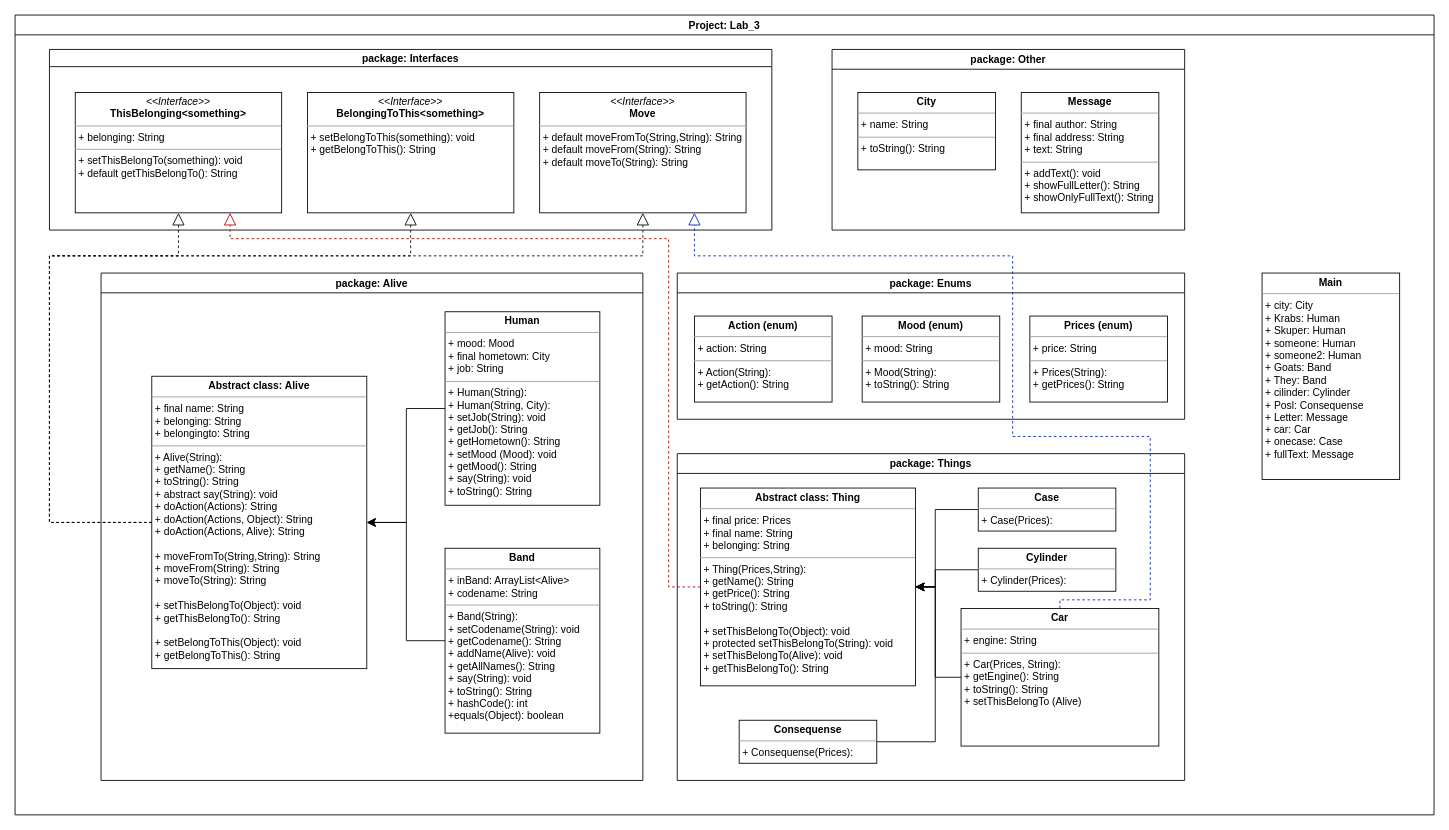
This is Lab_3_UML.drawio from Nechetka/Lab_3, a draw.io file, before an edit. Source tidied: cells renumbered, new cells numbered last; positions are measured from the earlier drawing's top-left corner, leaving out a move shared by most shapes. Both pictures are drawn from the tidied source at 86%, with x=0, y=0 at pixel (15, 15).
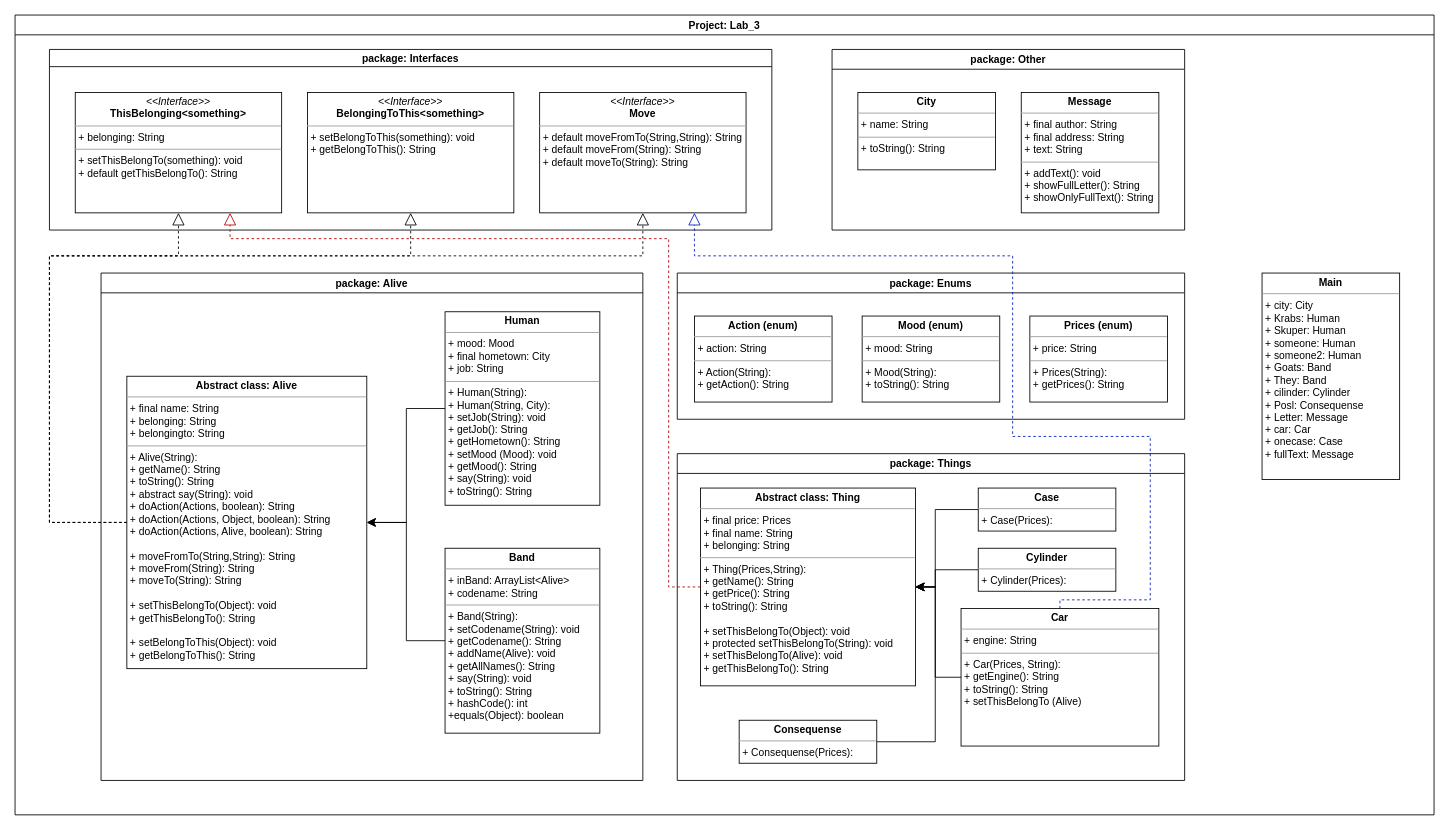
Above is the later version.

Unchanged cells that the change refers to:
```xml
<mxCell id="13" value="package: Alive" style="swimlane;" parent="1" vertex="1">
  <mxGeometry x="100" y="300" width="630" height="590" as="geometry" />
</mxCell>
```

What changed in the source:
```diff
@@
-    <mxCell id="14" value="&lt;p style=&quot;margin:0px;margin-top:4px;text-align:center;&quot;&gt;&lt;b&gt;Abstract class: Alive&lt;/b&gt;&lt;/p&gt;&lt;hr size=&quot;1&quot;&gt;&lt;p style=&quot;margin:0px;margin-left:4px;&quot;&gt;+ final name: String&lt;/p&gt;&lt;p style=&quot;margin:0px;margin-left:4px;&quot;&gt;+ belonging: String&lt;/p&gt;&lt;p style=&quot;margin:0px;margin-left:4px;&quot;&gt;+ belongingto: String&lt;/p&gt;&lt;hr size=&quot;1&quot;&gt;&lt;p style=&quot;margin:0px;margin-left:4px;&quot;&gt;+ Alive(String):&lt;/p&gt;&lt;p style=&quot;margin:0px;margin-left:4px;&quot;&gt;+ getName(): String&lt;/p&gt;&lt;p style=&quot;margin:0px;margin-left:4px;&quot;&gt;+ toString(): String&lt;/p&gt;&lt;p style=&quot;margin:0px;margin-left:4px;&quot;&gt;+ abstract say(String): void&lt;/p&gt;&lt;p style=&quot;margin:0px;margin-left:4px;&quot;&gt;+ doAction(Actions): String&lt;/p&gt;&lt;p style=&quot;margin:0px;margin-left:4px;&quot;&gt;+ doAction(Actions, Object): String&lt;br&gt;&lt;/p&gt;&lt;p style=&quot;margin:0px;margin-left:4px;&quot;&gt;+ doAction(Actions, Alive): String&lt;br&gt;&lt;/p&gt;&lt;p style=&quot;margin:0px;margin-left:4px;&quot;&gt;&lt;br&gt;&lt;/p&gt;&lt;p style=&quot;border-color: var(--border-color); margin: 0px 0px 0px 4px;&quot;&gt;+ moveFromTo(String,String): String&lt;/p&gt;&lt;p style=&quot;border-color: var(--border-color); margin: 0px 0px 0px 4px;&quot;&gt;+ moveFrom(String): String&lt;br style=&quot;border-color: var(--border-color);&quot;&gt;&lt;/p&gt;&lt;p style=&quot;border-color: var(--border-color); margin: 0px 0px 0px 4px;&quot;&gt;+ moveTo(String): String&lt;/p&gt;&lt;p style=&quot;border-color: var(--border-color); margin: 0px 0px 0px 4px;&quot;&gt;&lt;br&gt;&lt;/p&gt;&lt;p style=&quot;border-color: var(--border-color); margin: 0px 0px 0px 4px;&quot;&gt;+ setThisBelongTo(Object): void&lt;br style=&quot;border-color: var(--border-color);&quot;&gt;+ getThisBelongTo(): String&lt;br&gt;&lt;/p&gt;&lt;p style=&quot;border-color: var(--border-color); margin: 0px 0px 0px 4px;&quot;&gt;&lt;br&gt;&lt;/p&gt;&lt;p style=&quot;border-color: var(--border-color); margin: 0px 0px 0px 4px;&quot;&gt;+ setBelongToThis(Object): void&lt;br style=&quot;border-color: var(--border-color);&quot;&gt;+ getBelongToThis(): String&lt;br&gt;&lt;/p&gt;&lt;p style=&quot;border-color: var(--border-color); margin: 0px 0px 0px 4px;&quot;&gt;&lt;br&gt;&lt;/p&gt;&lt;p style=&quot;border-color: var(--border-color); margin: 0px 0px 0px 4px;&quot;&gt;&lt;br&gt;&lt;/p&gt;" style="verticalAlign=top;align=left;overflow=fill;fontSize=12;fontFamily=Helvetica;html=1;whiteSpace=wrap;" parent="13" vertex="1">
-      <mxGeometry x="59" y="120" width="250" height="340" as="geometry" />
+    <mxCell id="14" value="&lt;p style=&quot;margin:0px;margin-top:4px;text-align:center;&quot;&gt;&lt;b&gt;Abstract class: Alive&lt;/b&gt;&lt;/p&gt;&lt;hr size=&quot;1&quot;&gt;&lt;p style=&quot;margin:0px;margin-left:4px;&quot;&gt;+ final name: String&lt;/p&gt;&lt;p style=&quot;margin:0px;margin-left:4px;&quot;&gt;+ belonging: String&lt;/p&gt;&lt;p style=&quot;margin:0px;margin-left:4px;&quot;&gt;+ belongingto: String&lt;/p&gt;&lt;hr size=&quot;1&quot;&gt;&lt;p style=&quot;margin:0px;margin-left:4px;&quot;&gt;+ Alive(String):&lt;/p&gt;&lt;p style=&quot;margin:0px;margin-left:4px;&quot;&gt;+ getName(): String&lt;/p&gt;&lt;p style=&quot;margin:0px;margin-left:4px;&quot;&gt;+ toString(): String&lt;/p&gt;&lt;p style=&quot;margin:0px;margin-left:4px;&quot;&gt;+ abstract say(String): void&lt;/p&gt;&lt;p style=&quot;margin:0px;margin-left:4px;&quot;&gt;+ doAction(Actions, boolean): String&lt;/p&gt;&lt;p style=&quot;margin:0px;margin-left:4px;&quot;&gt;+ doAction(Actions, Object, boolean): String&lt;br&gt;&lt;/p&gt;&lt;p style=&quot;margin:0px;margin-left:4px;&quot;&gt;+ doAction(Actions, Alive, boolean): String&lt;br&gt;&lt;/p&gt;&lt;p style=&quot;margin:0px;margin-left:4px;&quot;&gt;&lt;br&gt;&lt;/p&gt;&lt;p style=&quot;border-color: var(--border-color); margin: 0px 0px 0px 4px;&quot;&gt;+ moveFromTo(String,String): String&lt;/p&gt;&lt;p style=&quot;border-color: var(--border-color); margin: 0px 0px 0px 4px;&quot;&gt;+ moveFrom(String): String&lt;br style=&quot;border-color: var(--border-color);&quot;&gt;&lt;/p&gt;&lt;p style=&quot;border-color: var(--border-color); margin: 0px 0px 0px 4px;&quot;&gt;+ moveTo(String): String&lt;/p&gt;&lt;p style=&quot;border-color: var(--border-color); margin: 0px 0px 0px 4px;&quot;&gt;&lt;br&gt;&lt;/p&gt;&lt;p style=&quot;border-color: var(--border-color); margin: 0px 0px 0px 4px;&quot;&gt;+ setThisBelongTo(Object): void&lt;br style=&quot;border-color: var(--border-color);&quot;&gt;+ getThisBelongTo(): String&lt;br&gt;&lt;/p&gt;&lt;p style=&quot;border-color: var(--border-color); margin: 0px 0px 0px 4px;&quot;&gt;&lt;br&gt;&lt;/p&gt;&lt;p style=&quot;border-color: var(--border-color); margin: 0px 0px 0px 4px;&quot;&gt;+ setBelongToThis(Object): void&lt;br style=&quot;border-color: var(--border-color);&quot;&gt;+ getBelongToThis(): String&lt;br&gt;&lt;/p&gt;&lt;p style=&quot;border-color: var(--border-color); margin: 0px 0px 0px 4px;&quot;&gt;&lt;br&gt;&lt;/p&gt;&lt;p style=&quot;border-color: var(--border-color); margin: 0px 0px 0px 4px;&quot;&gt;&lt;br&gt;&lt;/p&gt;" style="verticalAlign=top;align=left;overflow=fill;fontSize=12;fontFamily=Helvetica;html=1;whiteSpace=wrap;" parent="13" vertex="1">
+      <mxGeometry x="30" y="120" width="279" height="340" as="geometry" />
     </mxCell>
```
